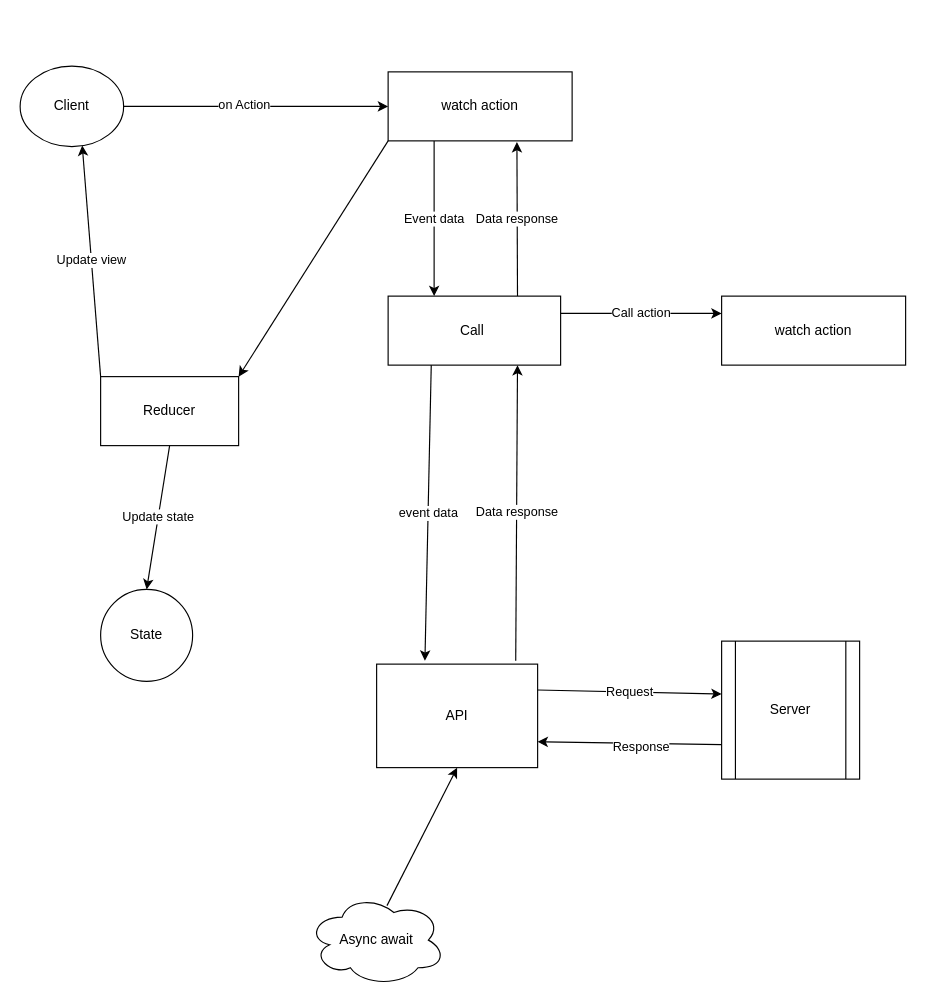
This is Untitled Diagram.drawio from FightLightDiamond/imperfect_, a draw.io file, before an edit. Source tidied: cells renumbered, new cells numbered last; positions are measured from the earlier drawing's top-left corner, leaving out a move shared by most shapes. Both pictures are drawn from the tidied source at 115%, with x=0, y=0 at pixel (20, 66).
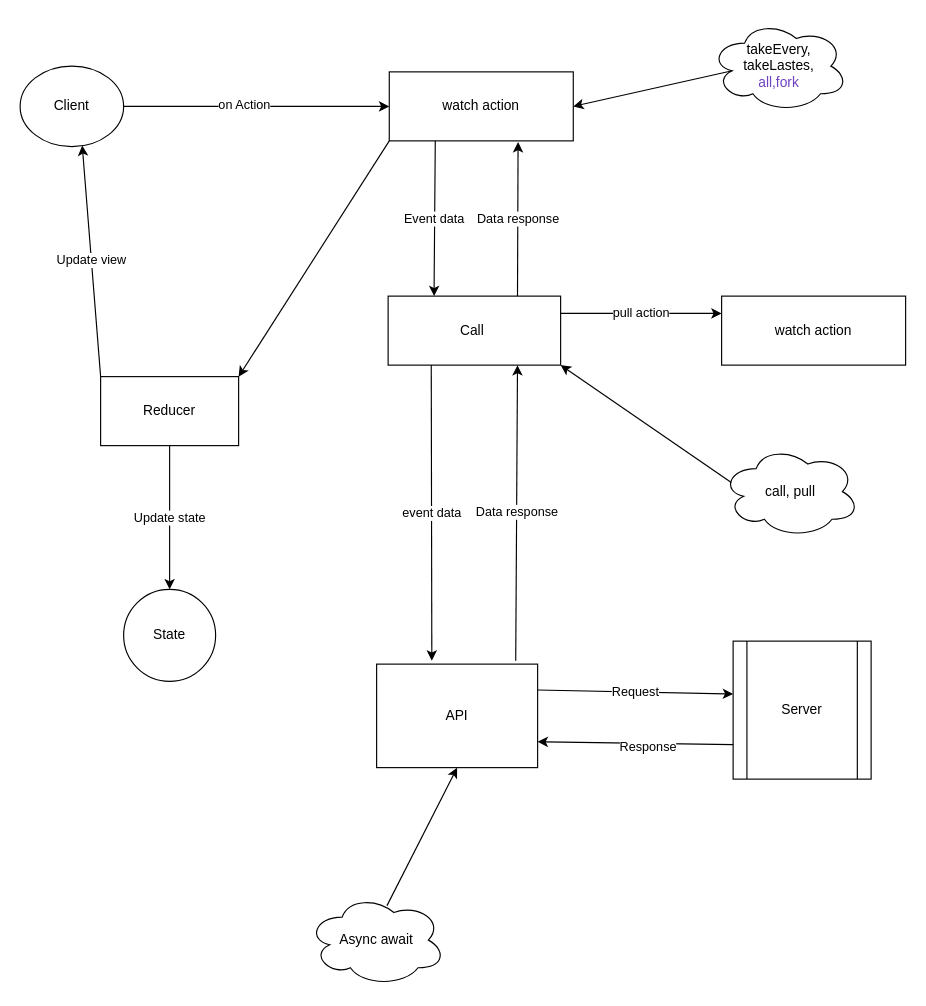
Above is the later version.

Unchanged cells that the change refers to:
```xml
<mxCell id="5" value="Call&amp;nbsp;" style="rounded=0;whiteSpace=wrap;html=1;" parent="1" vertex="1">
  <mxGeometry x="320" y="200" width="150" height="60" as="geometry" />
</mxCell>
<mxCell id="7" value="API" style="rounded=0;whiteSpace=wrap;html=1;" parent="1" vertex="1">
  <mxGeometry x="310" y="520" width="140" height="90" as="geometry" />
</mxCell>
<mxCell id="21" value="watch action" style="rounded=0;whiteSpace=wrap;html=1;" parent="1" vertex="1">
  <mxGeometry x="610" y="200" width="160" height="60" as="geometry" />
</mxCell>
```

Change to the diagram source:
```diff
@@
     <mxCell id="3" value="watch action" style="rounded=0;whiteSpace=wrap;html=1;" parent="1" vertex="1">
-      <mxGeometry x="320" y="5" width="160" height="60" as="geometry" />
+      <mxGeometry x="321" y="5" width="160" height="60" as="geometry" />
     </mxCell>
@@
     <mxCell id="9" value="Server" style="shape=process;whiteSpace=wrap;html=1;backgroundOutline=1;" parent="1" vertex="1">
-      <mxGeometry x="610" y="500" width="120" height="120" as="geometry" />
+      <mxGeometry x="620" y="500" width="120" height="120" as="geometry" />
     </mxCell>
@@
-    <mxCell id="14" value="event data" style="endArrow=classic;html=1;exitX=0.25;exitY=1;exitDx=0;exitDy=0;entryX=0.3;entryY=-0.033;entryDx=0;entryDy=0;entryPerimeter=0;" parent="1" edge="1" source="5" target="7">
-      <mxGeometry relative="1" as="geometry" />
+    <mxCell id="14" value="event data" style="endArrow=classic;html=1;exitX=0.25;exitY=1;exitDx=0;exitDy=0;" parent="1" edge="1" source="5">
+      <mxGeometry relative="1" as="geometry">
+        <mxPoint x="358" y="517" as="targetPoint" />
+      </mxGeometry>
     </mxCell>
@@
     <mxCell id="18" value="State" style="ellipse;whiteSpace=wrap;html=1;" parent="1" vertex="1">
-      <mxGeometry x="70" y="455" width="80" height="80" as="geometry" />
+      <mxGeometry x="90" y="455" width="80" height="80" as="geometry" />
     </mxCell>
@@
-    <mxCell id="22" value="Call action" style="endArrow=classic;html=1;exitX=1;exitY=0.25;exitDx=0;exitDy=0;entryX=0;entryY=0.25;entryDx=0;entryDy=0;" parent="1" edge="1" source="5" target="21">
+    <mxCell id="22" value="pull action" style="endArrow=classic;html=1;exitX=1;exitY=0.25;exitDx=0;exitDy=0;entryX=0;entryY=0.25;entryDx=0;entryDy=0;" parent="1" edge="1" source="5" target="21">
       <mxGeometry relative="1" as="geometry" />
     </mxCell>
@@
+    <mxCell id="25" value="takeEvery, takeLastes,&lt;br&gt;&lt;span style=&quot;color: rgb(111 , 66 , 193) ; font-family: , &amp;#34;consolas&amp;#34; , &amp;#34;liberation mono&amp;#34; , &amp;#34;menlo&amp;#34; , monospace ; background-color: rgb(255 , 255 , 255)&quot;&gt;all,&lt;/span&gt;&lt;span style=&quot;color: rgb(111 , 66 , 193) ; font-family: , &amp;#34;consolas&amp;#34; , &amp;#34;liberation mono&amp;#34; , &amp;#34;menlo&amp;#34; , monospace ; background-color: rgb(255 , 255 , 255)&quot;&gt;fork&lt;/span&gt;&lt;br&gt;" style="ellipse;shape=cloud;whiteSpace=wrap;html=1;" parent="1" vertex="1">
+      <mxGeometry x="600" y="-40" width="120" height="80" as="geometry" />
+    </mxCell>
+    <mxCell id="26" style="endArrow=classic;html=1;exitX=0.16;exitY=0.55;exitDx=0;exitDy=0;exitPerimeter=0;entryX=1;entryY=0.5;entryDx=0;entryDy=0;" parent="1" edge="1" source="25" target="3">
+      <mxGeometry relative="1" as="geometry" />
+    </mxCell>
+    <mxCell id="27" value="call, pull" style="ellipse;shape=cloud;whiteSpace=wrap;html=1;" parent="1" vertex="1">
+      <mxGeometry x="610" y="330" width="120" height="80" as="geometry" />
+    </mxCell>
+    <mxCell id="28" style="endArrow=classic;html=1;exitX=0.07;exitY=0.4;exitDx=0;exitDy=0;exitPerimeter=0;" parent="1" edge="1" source="27" target="5">
+      <mxGeometry relative="1" as="geometry">
+        <Array as="points">
+          <mxPoint x="470" y="260" />
+        </Array>
+      </mxGeometry>
+    </mxCell>
```
